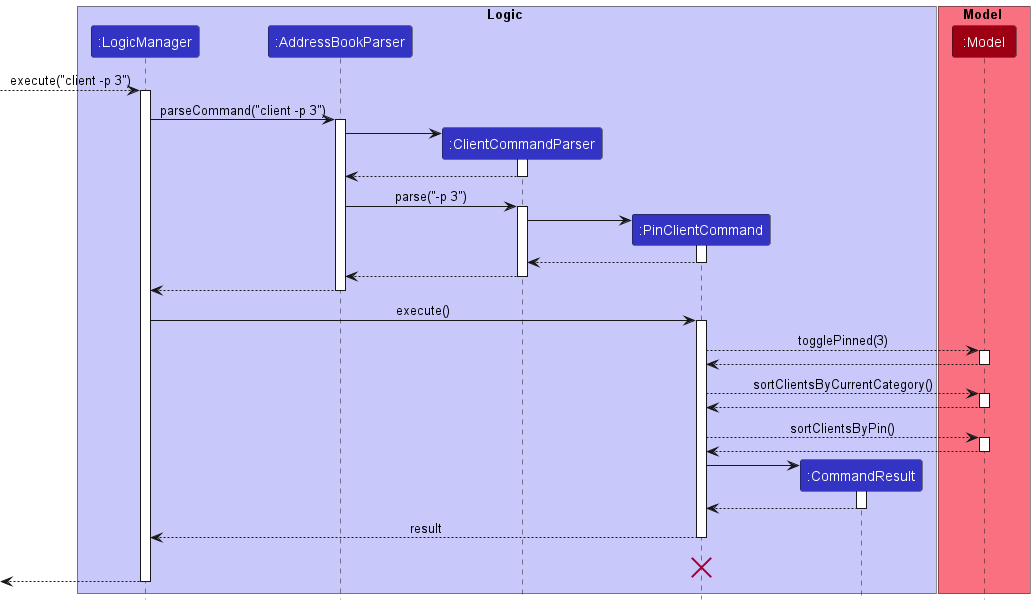
Above: docs/images/PinSequenceDiagram.png in nus-cs2103-AY2223S1/tp (PlantUML), before the change.
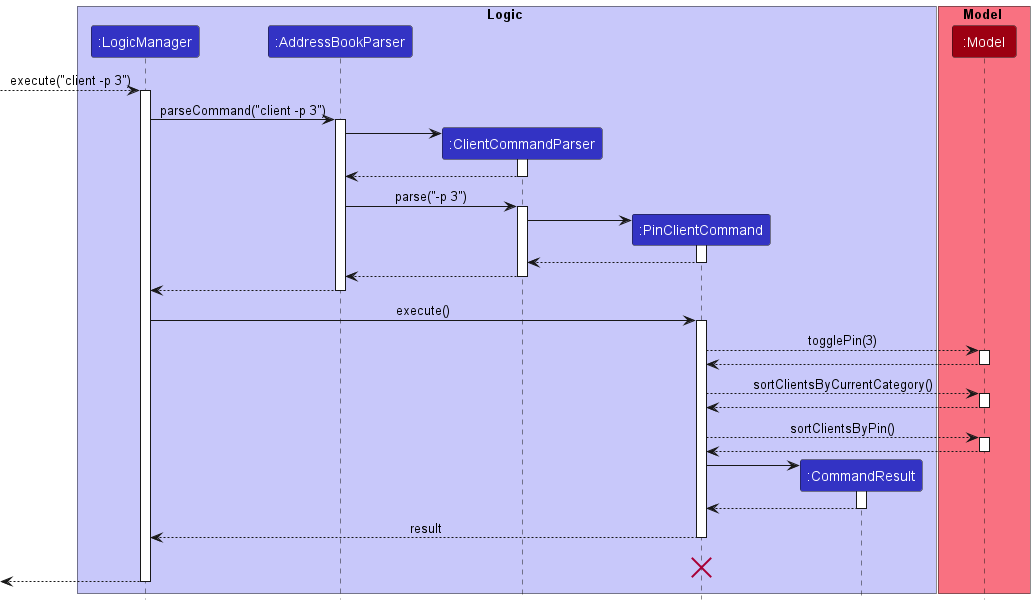
After the commit.

Diff of the diagram source:
```diff
@@ -43,7 +43,7 @@
 LogicManager -> PinClientCommand : execute()
 activate PinClientCommand
 
-PinClientCommand --> Model : togglePinned(3)
+PinClientCommand --> Model : togglePin(3)
 activate Model
 
 Model --> PinClientCommand
```
